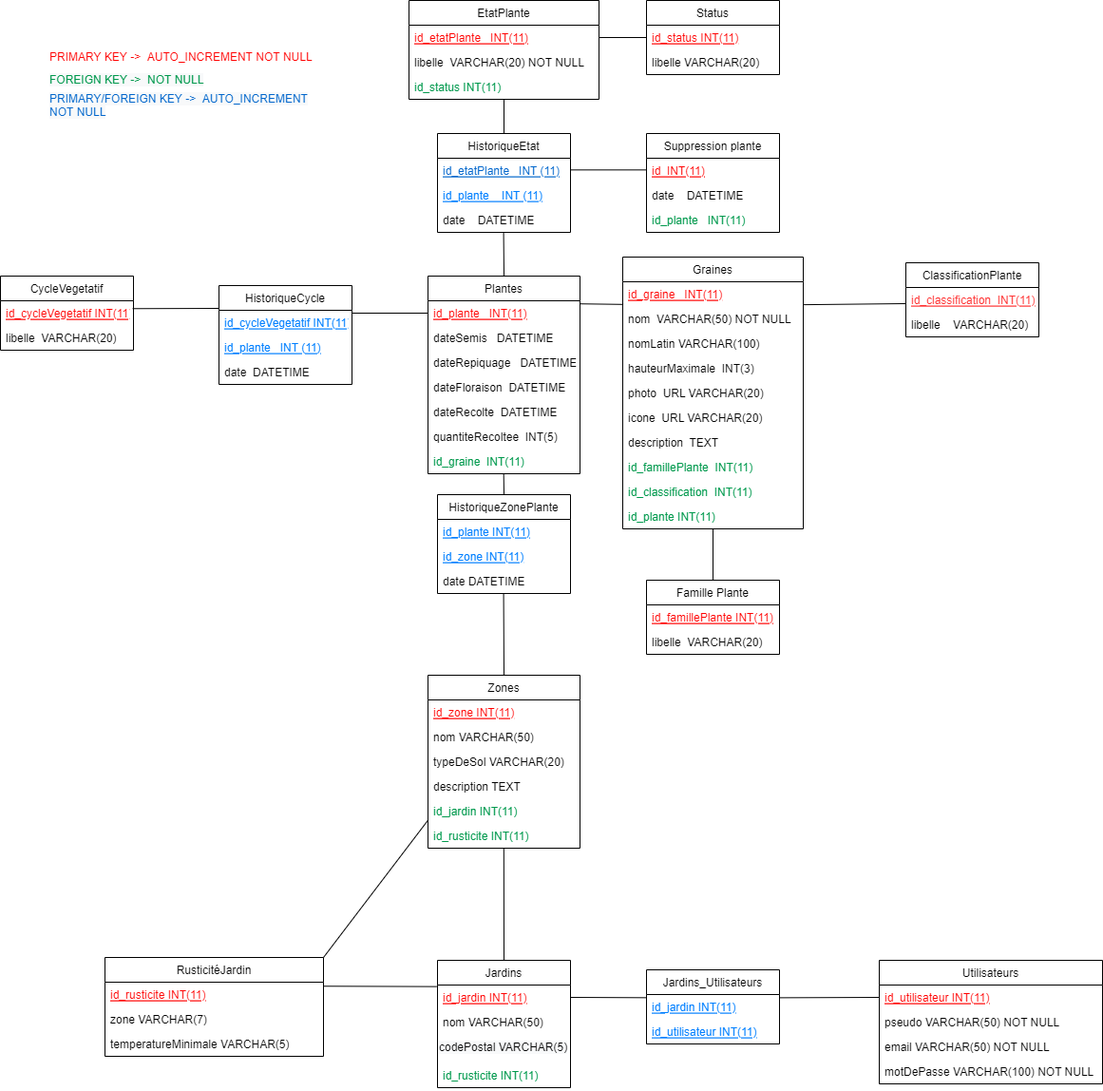
Earlier version of the draw.io export Modèle Physique de Données.png (Brice-Bertho/i-garden). Source tidied: cells renumbered, new cells last; positions are measured from the earlier drawing's top-left corner, leaving out a move shared by most shapes.
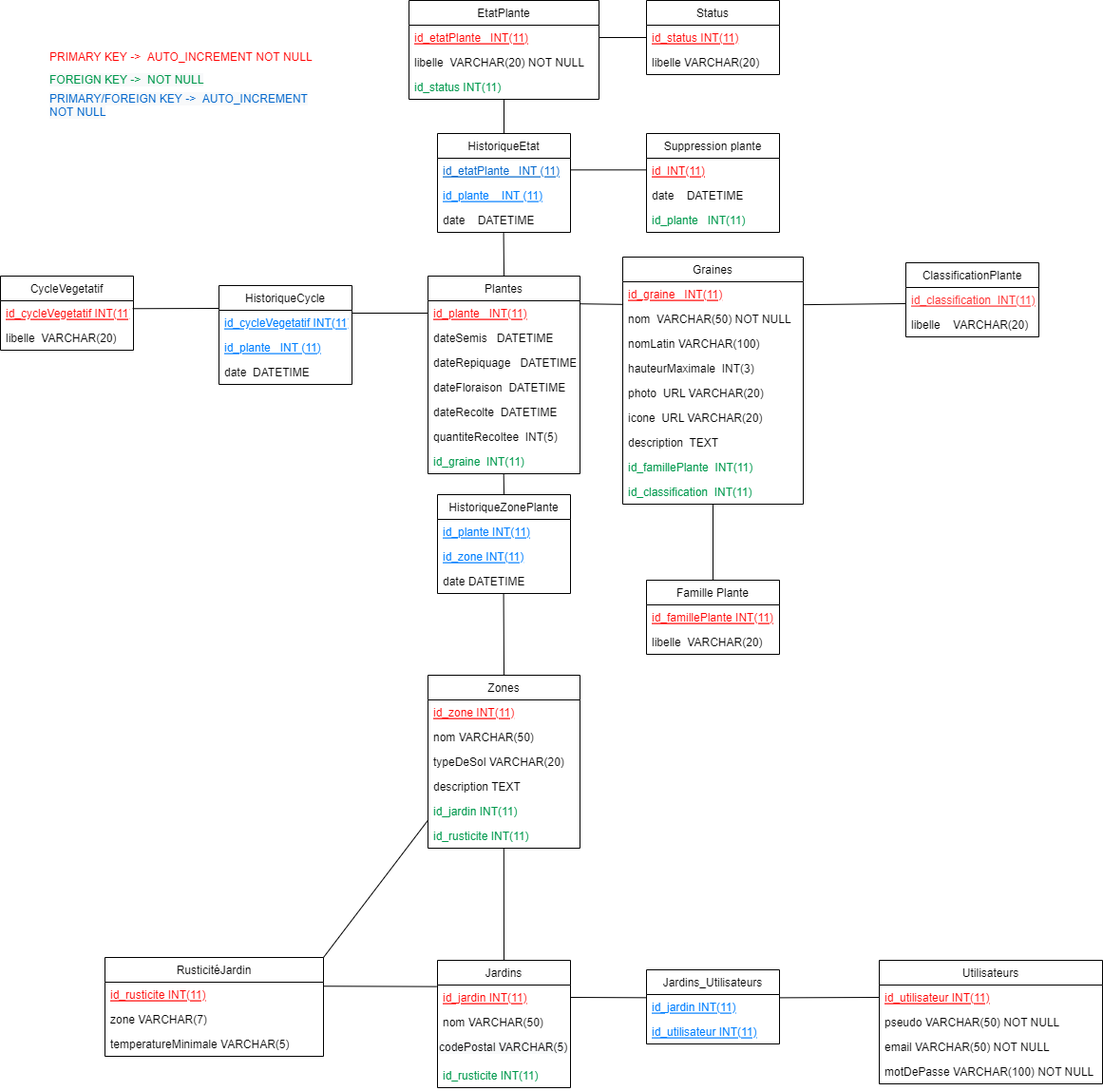
The same file after the commit.

Diff of the diagram source:
```diff
@@ -27,7 +27,7 @@
       <mxGeometry y="182" width="160" height="26" as="geometry" />
     </mxCell>
     <mxCell id="10" value="Graines" style="swimlane;fontStyle=0;horizontal=1;startSize=26;fillColor=none;" parent="1" vertex="1">
-      <mxGeometry x="655" y="270" width="190" height="286" as="geometry" />
+      <mxGeometry x="655" y="270" width="190" height="260" as="geometry" />
     </mxCell>
     <mxCell id="11" value="id_graine   INT(11)" style="text;strokeColor=none;fillColor=none;align=left;verticalAlign=top;spacingLeft=4;spacingRight=4;overflow=hidden;points=[[0,0.5],[1,0.5]];portConstraint=eastwest;fontStyle=4;fontColor=#FF0000;" parent="10" vertex="1">
       <mxGeometry y="26" width="190" height="26" as="geometry" />
@@ -56,9 +56,6 @@
     <mxCell id="19" value="id_classification  INT(11)" style="text;strokeColor=none;fillColor=none;align=left;verticalAlign=top;spacingLeft=4;spacingRight=4;overflow=hidden;fontColor=#00994D;" parent="10" vertex="1">
       <mxGeometry y="234" width="190" height="26" as="geometry" />
     </mxCell>
-    <mxCell id="20" value="id_plante INT(11)" style="text;strokeColor=none;fillColor=none;align=left;verticalAlign=top;spacingLeft=4;spacingRight=4;overflow=hidden;fontColor=#00994D;" parent="10" vertex="1">
-      <mxGeometry y="260" width="190" height="26" as="geometry" />
-    </mxCell>
     <mxCell id="21" value="Utilisateurs" style="swimlane;fontStyle=0;horizontal=1;startSize=26;fillColor=none;" parent="1" vertex="1">
       <mxGeometry x="925" y="1010" width="235" height="130" as="geometry" />
     </mxCell>
```
